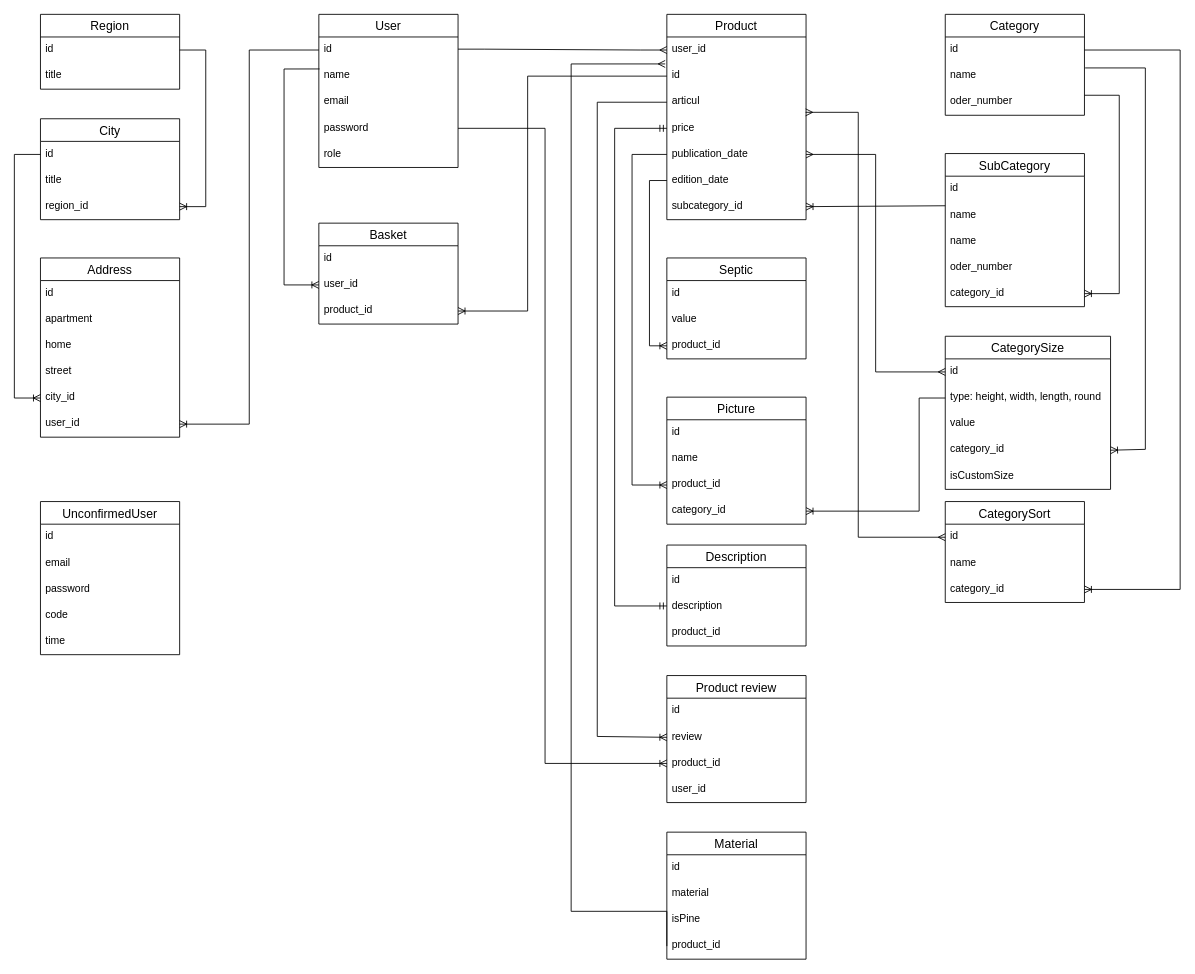
Before: lesopilka.drawio in alexeyk500/lesopilka_backend, a draw.io diagram. Source tidied: cells renumbered, new cells numbered last; positions are measured from the earlier drawing's top-left corner, leaving out a move shared by most shapes. Both pictures are drawn from the tidied source at 87%, with x=0, y=0 at pixel (14, 14).
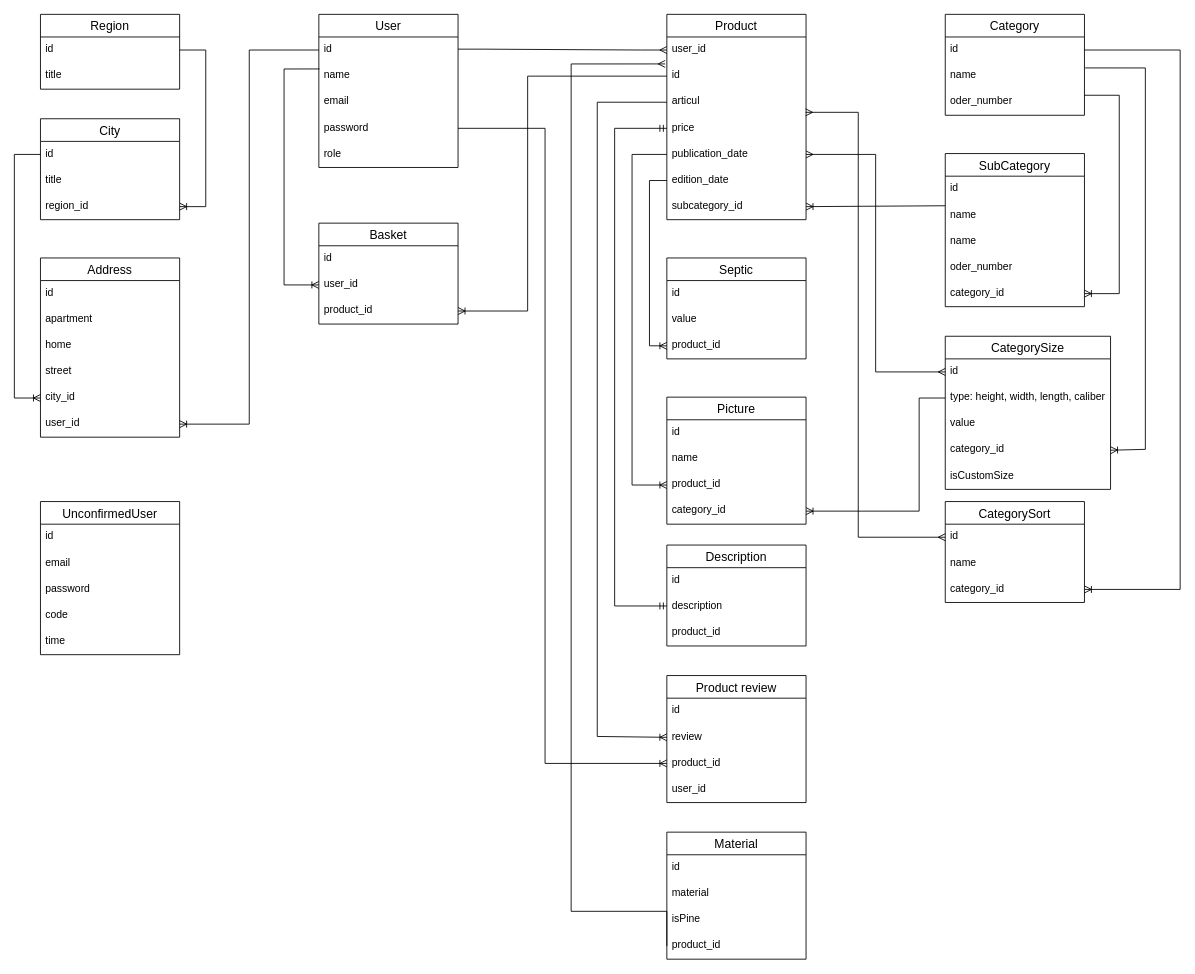
The same diagram, later.

Unchanged cells that the change refers to:
```xml
<mxCell id="66" value="CategorySize" style="swimlane;fontStyle=0;horizontal=1;startSize=26;align=center;fontSize=14;" parent="1" vertex="1">
  <mxGeometry x="1070" y="370" width="190" height="176" as="geometry" />
</mxCell>
```

What changed in the source:
```diff
@@
-    <mxCell id="68" value="type: height, width, length, round" style="text;strokeColor=none;fillColor=none;spacingLeft=4;spacingRight=4;overflow=hidden;points=[[0,0.5],[1,0.5]];portConstraint=eastwest;fontSize=12;" parent="66" vertex="1">
+    <mxCell id="68" value="type: height, width, length, caliber" style="text;strokeColor=none;fillColor=none;spacingLeft=4;spacingRight=4;overflow=hidden;points=[[0,0.5],[1,0.5]];portConstraint=eastwest;fontSize=12;" parent="66" vertex="1">
       <mxGeometry y="56" width="190" height="30" as="geometry" />
     </mxCell>
```
